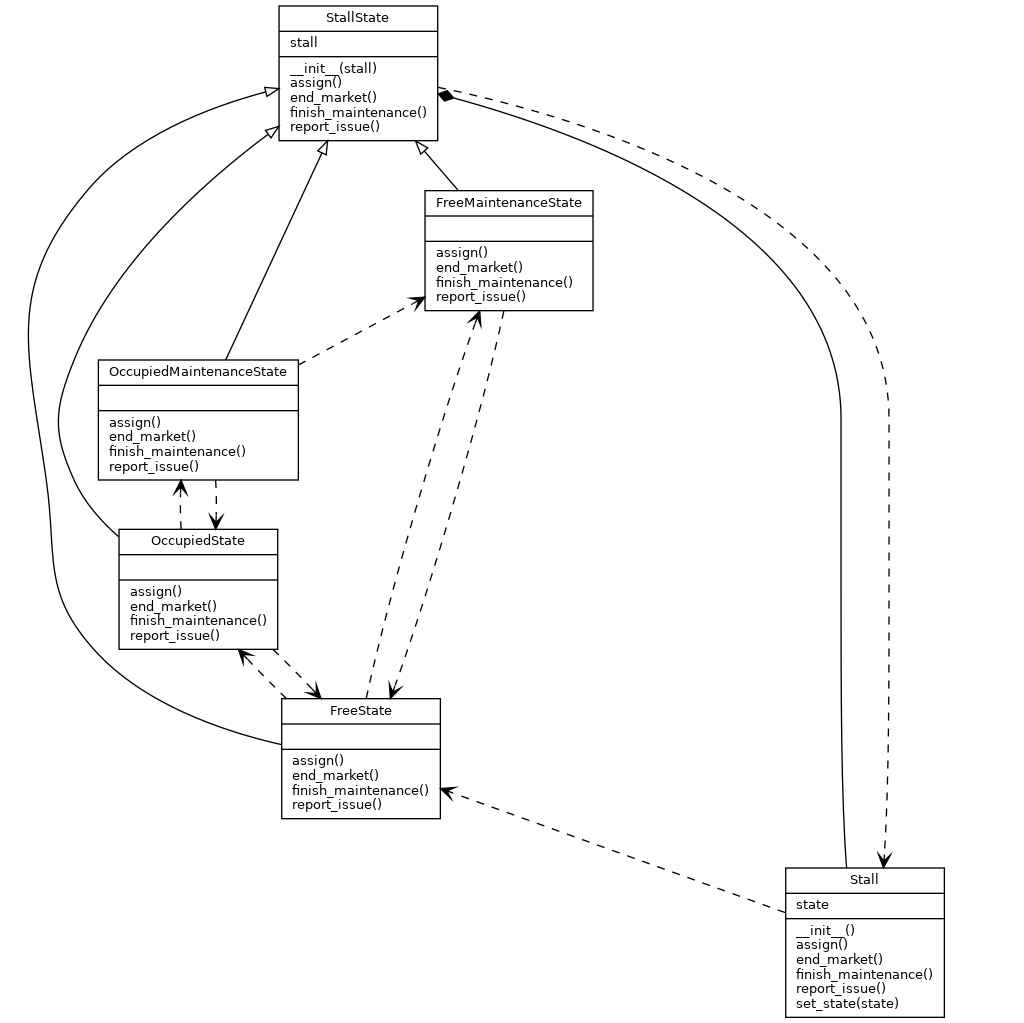
Before: uml_output/classes_diagram.png, a diagram exported from Graphviz (BartolomeoZisa/LLMDesignPatternRefactoring). Its source is kept beside it as uml_output/classes_diagram.dot.
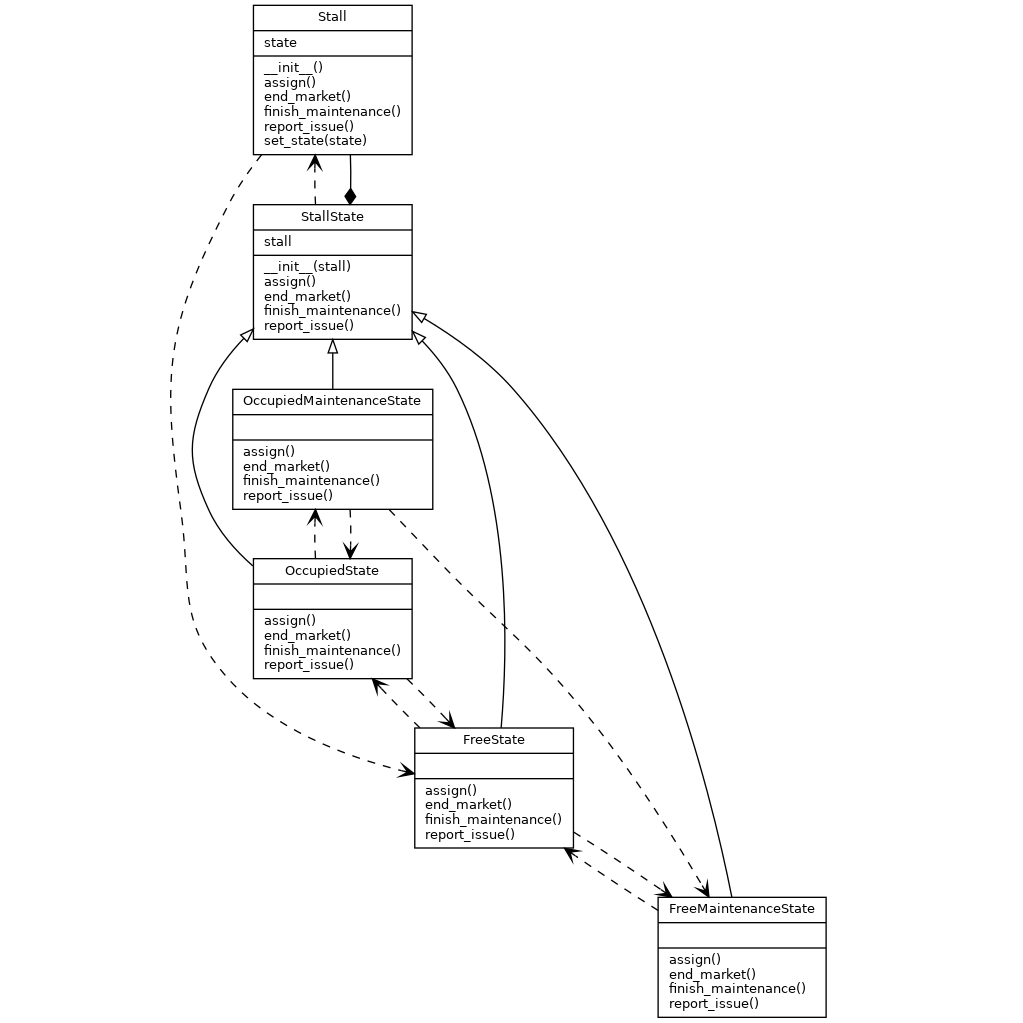
Above is the later version.

What changed in the source:
```diff
@@ -4,24 +4,24 @@
 	nodesep=0.5
 	ranksep=0.5
 	node [fillcolor=white fontname=Helvetica fontsize=10 shape=record style=filled]
-	Stall [label="{ Stall | state\l | __init__()\lassign()\lend_market()\lfinish_maintenance()\lreport_issue()\lset_state(state)\l }"]
 	FreeMaintenanceState [label="{ FreeMaintenanceState |  | assign()\lend_market()\lfinish_maintenance()\lreport_issue()\l }"]
 	FreeState [label="{ FreeState |  | assign()\lend_market()\lfinish_maintenance()\lreport_issue()\l }"]
+	OccupiedMaintenanceState [label="{ OccupiedMaintenanceState |  | assign()\lend_market()\lfinish_maintenance()\lreport_issue()\l }"]
+	OccupiedState [label="{ OccupiedState |  | assign()\lend_market()\lfinish_maintenance()\lreport_issue()\l }"]
+	Stall [label="{ Stall | state\l | __init__()\lassign()\lend_market()\lfinish_maintenance()\lreport_issue()\lset_state(state)\l }"]
 	StallState [label="{ StallState | stall\l | __init__(stall)\lassign()\lend_market()\lfinish_maintenance()\lreport_issue()\l }"]
-	OccupiedState [label="{ OccupiedState |  | assign()\lend_market()\lfinish_maintenance()\lreport_issue()\l }"]
-	OccupiedMaintenanceState [label="{ OccupiedMaintenanceState |  | assign()\lend_market()\lfinish_maintenance()\lreport_issue()\l }"]
+	FreeMaintenanceState -> StallState [arrowhead=empty]
+	FreeMaintenanceState -> FreeState [arrowhead=vee style=dashed]
+	FreeState -> StallState [arrowhead=empty]
+	FreeState -> FreeMaintenanceState [arrowhead=vee style=dashed]
+	FreeState -> OccupiedState [arrowhead=vee style=dashed]
+	OccupiedMaintenanceState -> StallState [arrowhead=empty]
+	OccupiedMaintenanceState -> FreeMaintenanceState [arrowhead=vee style=dashed]
+	OccupiedMaintenanceState -> OccupiedState [arrowhead=vee style=dashed]
+	OccupiedState -> StallState [arrowhead=empty]
+	OccupiedState -> FreeState [arrowhead=vee style=dashed]
+	OccupiedState -> OccupiedMaintenanceState [arrowhead=vee style=dashed]
 	Stall -> StallState [arrowhead=diamond]
 	Stall -> FreeState [arrowhead=vee style=dashed]
 	StallState -> Stall [arrowhead=vee style=dashed]
-	FreeState -> StallState [arrowhead=empty]
-	FreeState -> OccupiedState [arrowhead=vee style=dashed]
-	FreeState -> FreeMaintenanceState [arrowhead=vee style=dashed]
-	OccupiedState -> StallState [arrowhead=empty]
-	OccupiedState -> FreeState [arrowhead=vee style=dashed]
-	OccupiedState -> OccupiedMaintenanceState [arrowhead=vee style=dashed]
-	FreeMaintenanceState -> StallState [arrowhead=empty]
-	FreeMaintenanceState -> FreeState [arrowhead=vee style=dashed]
-	OccupiedMaintenanceState -> StallState [arrowhead=empty]
-	OccupiedMaintenanceState -> FreeMaintenanceState [arrowhead=vee style=dashed]
-	OccupiedMaintenanceState -> OccupiedState [arrowhead=vee style=dashed]
 }
```
